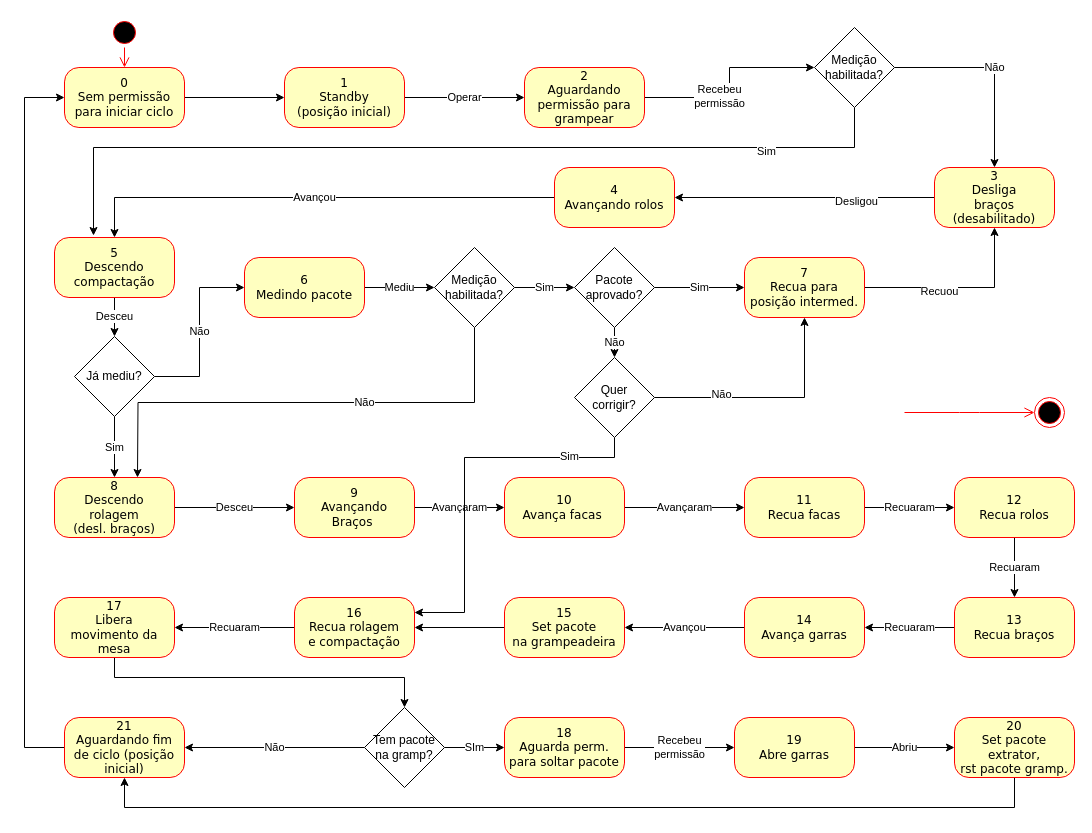
JonanMuller/M04196N03_Grampeadeira keeps this draw.io diagram as estadosGrampeadeiraV2.drawio. Above is the earlier version. Source tidied: cells renumbered, new cells numbered last; positions are measured from the earlier drawing's top-left corner, leaving out a move shared by most shapes. Both pictures are drawn from the tidied source at 100%, with x=0, y=0 at pixel (24, 17).
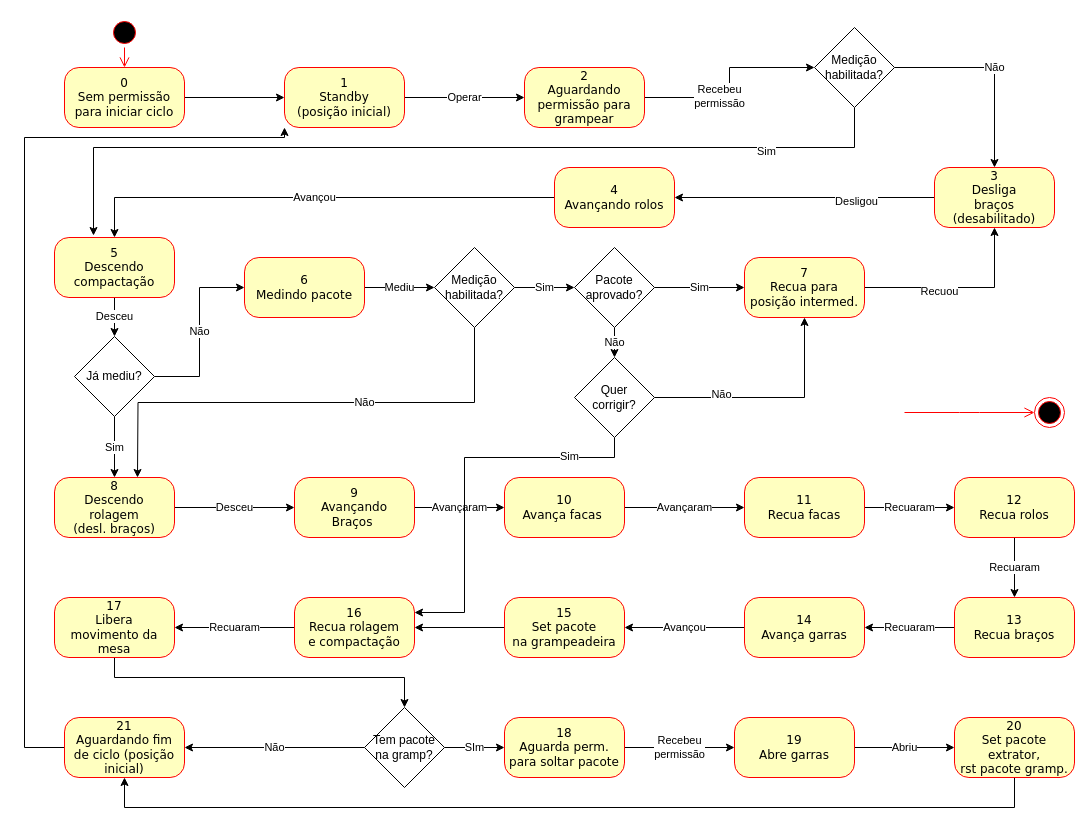
The same page after the edit.

The change refers to these unchanged cells:
```xml
<mxCell id="26" value="1&lt;br&gt;Standby&lt;br&gt;(posição inicial)" style="rounded=1;whiteSpace=wrap;html=1;arcSize=24;fillColor=#ffffc0;strokeColor=#ff0000;shadow=0;comic=0;labelBackgroundColor=none;fontFamily=Verdana;fontSize=12;fontColor=#000000;align=center;" parent="1" vertex="1">
  <mxGeometry x="260" y="50" width="120" height="60" as="geometry" />
</mxCell>
<mxCell id="28" value="0&lt;br&gt;Sem permissão&lt;br&gt;para iniciar ciclo" style="rounded=1;whiteSpace=wrap;html=1;arcSize=24;fillColor=#ffffc0;strokeColor=#ff0000;shadow=0;comic=0;labelBackgroundColor=none;fontFamily=Verdana;fontSize=12;fontColor=#000000;align=center;" parent="1" vertex="1">
  <mxGeometry x="40" y="50" width="120" height="60" as="geometry" />
</mxCell>
<mxCell id="74" value="21&lt;br&gt;Aguardando fim&lt;br&gt;de ciclo (posição inicial)" style="rounded=1;whiteSpace=wrap;html=1;arcSize=24;fillColor=#ffffc0;strokeColor=#ff0000;shadow=0;comic=0;labelBackgroundColor=none;fontFamily=Verdana;fontSize=12;fontColor=#000000;align=center;" parent="1" vertex="1">
  <mxGeometry x="40" y="700" width="120" height="60" as="geometry" />
</mxCell>
```

What changed in the source:
```diff
@@
-    <mxCell id="73" style="edgeStyle=orthogonalEdgeStyle;rounded=0;jettySize=auto;html=1;exitX=0;exitY=0.5;exitDx=0;exitDy=0;entryX=0;entryY=0.5;entryDx=0;entryDy=0;" parent="1" edge="1" source="74" target="28">
+    <mxCell id="73" style="edgeStyle=orthogonalEdgeStyle;rounded=0;jettySize=auto;html=1;exitX=0;exitY=0.5;exitDx=0;exitDy=0;entryX=0;entryY=1;entryDx=0;entryDy=0;" parent="1" edge="1" source="74" target="26">
       <mxGeometry relative="1" as="geometry">
         <Array as="points">
           <mxPoint y="730" />
-          <mxPoint y="80" />
+          <mxPoint y="120" />
+          <mxPoint x="260" y="120" />
         </Array>
       </mxGeometry>
     </mxCell>
```
